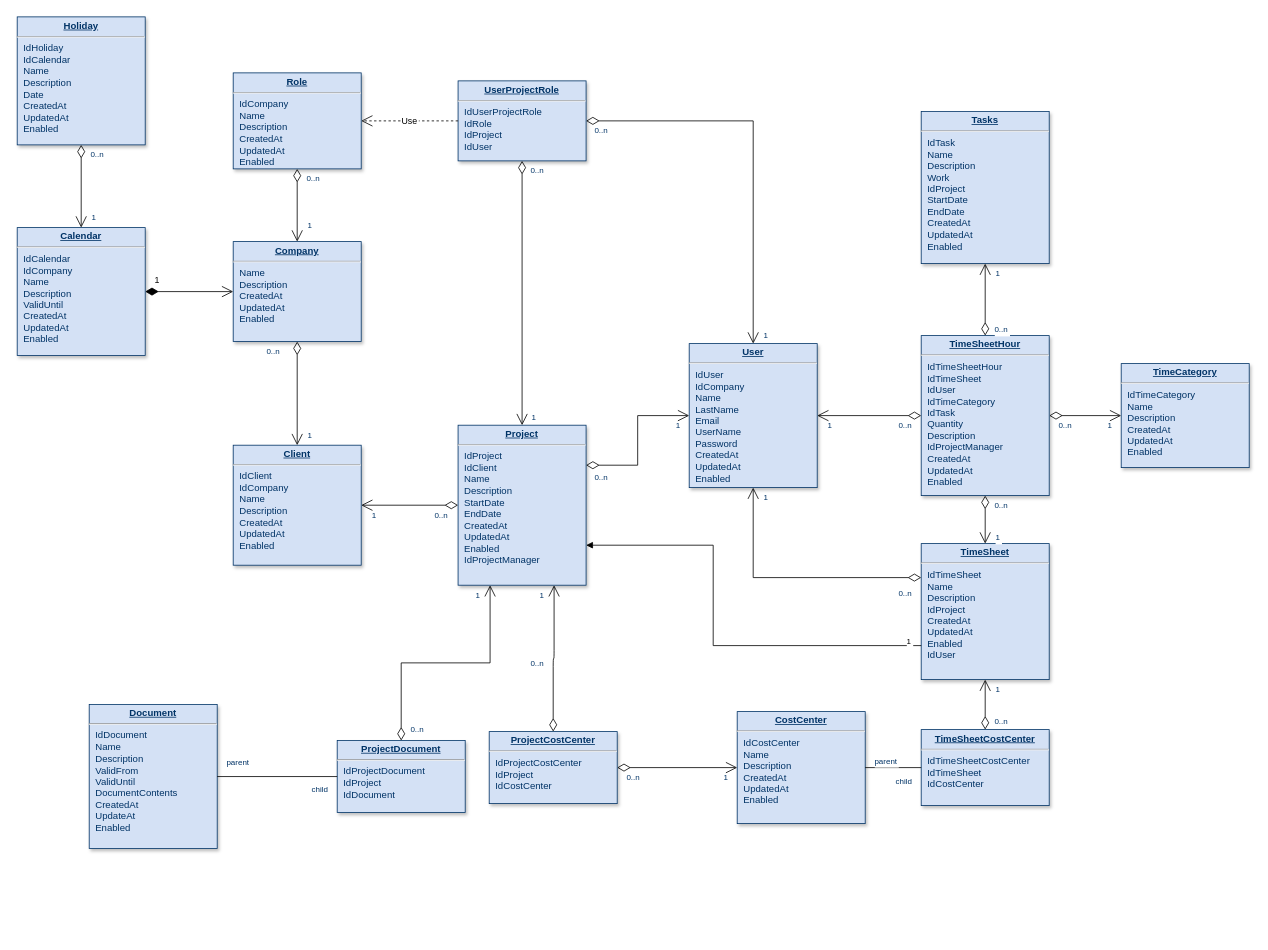
Earlier version of the draw.io diagram 未命名绘图.drawio (duffiye/book). Source tidied: cells renumbered, new cells numbered last; positions are measured from the earlier drawing's top-left corner, leaving out a move shared by most shapes. Both pictures are drawn from the tidied source at 80%, with x=0, y=0 at pixel (17, 17).
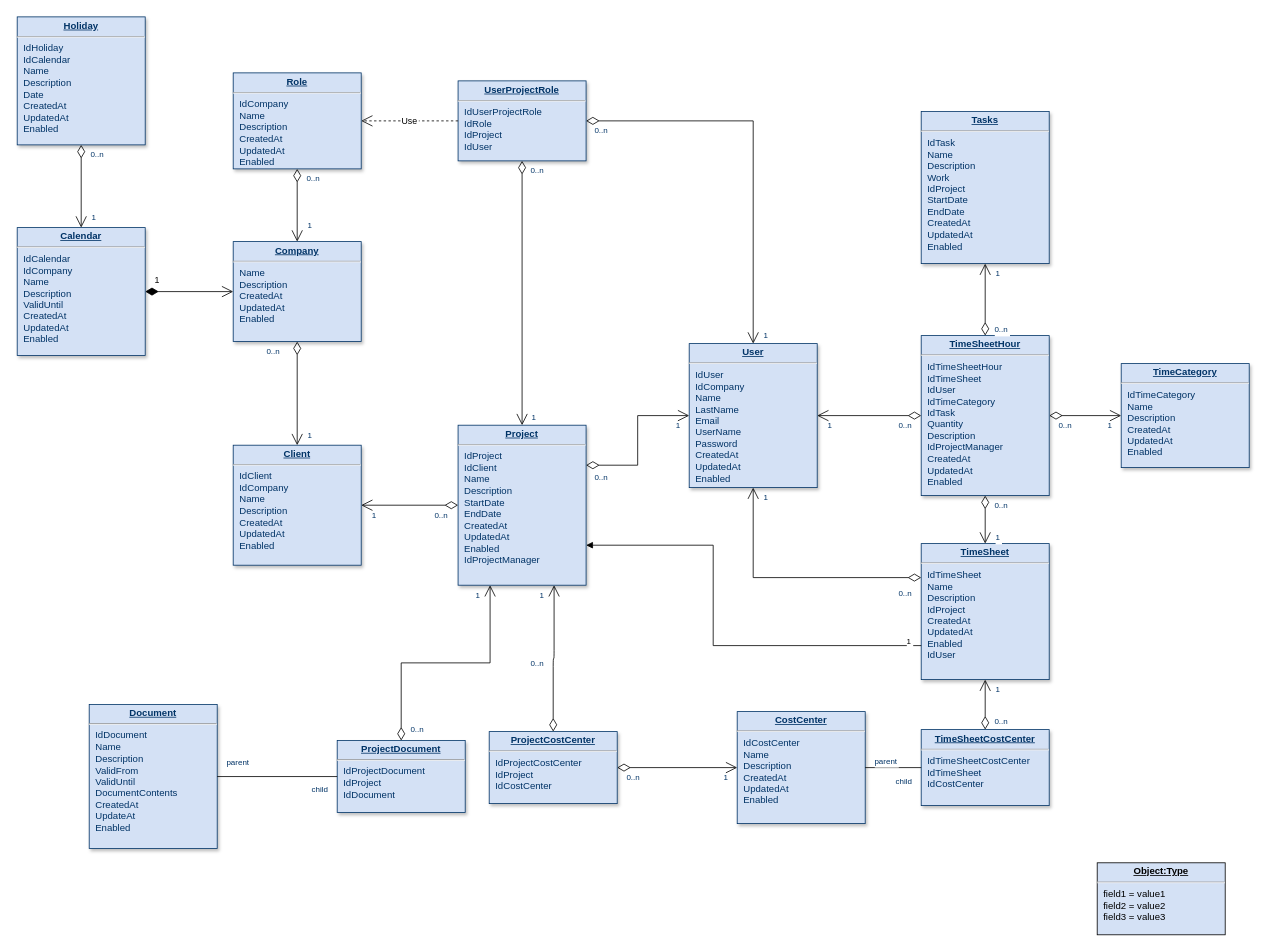
The same page after the edit.

Commit message:
零售表结构.drawio

What changed in the source:
```diff
@@
+    <mxCell id="77" value="&lt;p style=&quot;margin:0px;margin-top:4px;text-align:center;text-decoration:underline;&quot;&gt;&lt;b&gt;Object:Type&lt;/b&gt;&lt;/p&gt;&lt;hr/&gt;&lt;p style=&quot;margin:0px;margin-left:8px;&quot;&gt;field1 = value1&lt;br/&gt;field2 = value2&lt;br&gt;field3 = value3&lt;/p&gt;" style="verticalAlign=top;align=left;overflow=fill;fontSize=12;fontFamily=Helvetica;html=1;fillColor=#D4E1F5;" parent="1" vertex="1">
+      <mxGeometry x="1350" y="1057" width="160" height="90" as="geometry" />
+    </mxCell>
```
